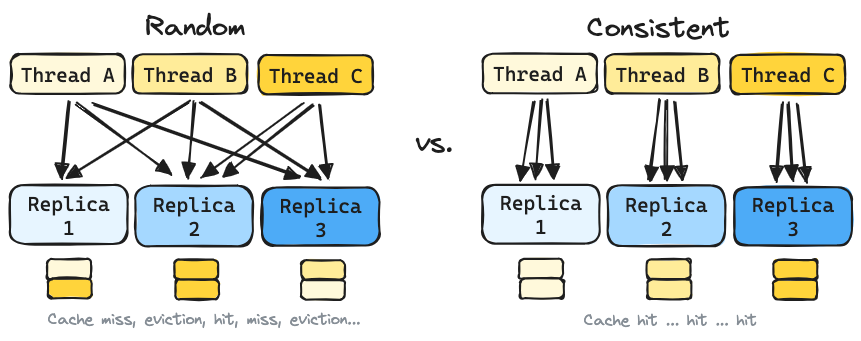
Above: docs/diagrams/random-vs-consistent-hash.excalidraw.png in substratusai/kubeai (Excalidraw), before the change. Source tidied: one line per element, renumbered; positions are measured from the earlier drawing's top-left corner, leaving out a move shared by most shapes. Source of this version:
```json
{"id": 0, "type": "rectangle", "strokeColor": "#1e1e1e", "backgroundColor": "#fff9db", "fillStyle": "solid", "strokeWidth": 2, "roughness": 1, "round": true, "x": 1, "y": 44, "width": 114, "height": 39}
{"id": 1, "type": "text", "text": "Thread A", "strokeColor": "#1e1e1e", "strokeWidth": 2, "roughness": 1, "fontSize": 20, "fontFamily": 3, "textAlign": "center", "verticalAlign": "middle", "inside": 0, "x": 11, "y": 52, "width": 94, "height": 24}
{"id": 2, "type": "rectangle", "strokeColor": "#1e1e1e", "backgroundColor": "#ffec99", "fillStyle": "solid", "strokeWidth": 2, "roughness": 1, "round": true, "x": 123, "y": 44, "width": 114, "height": 39}
{"id": 3, "type": "text", "text": "Thread B", "strokeColor": "#1e1e1e", "strokeWidth": 2, "roughness": 1, "fontSize": 20, "fontFamily": 3, "textAlign": "center", "verticalAlign": "middle", "inside": 2, "x": 133, "y": 52, "width": 94, "height": 24}
{"id": 4, "type": "rectangle", "strokeColor": "#1e1e1e", "backgroundColor": "#ffd43b", "fillStyle": "solid", "strokeWidth": 2, "roughness": 1, "round": true, "x": 248, "y": 45, "width": 114, "height": 39}
{"id": 5, "type": "text", "text": "Thread C", "strokeColor": "#1e1e1e", "strokeWidth": 2, "roughness": 1, "fontSize": 20, "fontFamily": 3, "textAlign": "center", "verticalAlign": "middle", "inside": 4, "x": 259, "y": 53, "width": 94, "height": 24}
{"id": 6, "type": "rectangle", "strokeColor": "#1e1e1e", "backgroundColor": "#e7f5ff", "fillStyle": "solid", "strokeWidth": 2, "roughness": 1, "round": true, "x": 0, "y": 175, "width": 118, "height": 59}
{"id": 7, "type": "text", "text": "Replica\n1", "strokeColor": "#1e1e1e", "backgroundColor": "#e7f5ff", "fillStyle": "solid", "strokeWidth": 2, "roughness": 1, "fontSize": 20, "fontFamily": 3, "textAlign": "center", "verticalAlign": "middle", "inside": 6, "x": 18, "y": 181, "width": 82, "height": 48}
{"id": 8, "type": "rectangle", "strokeColor": "#1e1e1e", "backgroundColor": "#a5d8ff", "fillStyle": "solid", "strokeWidth": 2, "roughness": 1, "round": true, "x": 125, "y": 176, "width": 118, "height": 61}
{"id": 9, "type": "text", "text": "Replica\n2", "strokeColor": "#1e1e1e", "backgroundColor": "#e7f5ff", "fillStyle": "solid", "strokeWidth": 2, "roughness": 1, "fontSize": 20, "fontFamily": 3, "textAlign": "center", "verticalAlign": "middle", "inside": 8, "x": 143, "y": 182, "width": 82, "height": 48}
{"id": 10, "type": "rectangle", "strokeColor": "#1e1e1e", "backgroundColor": "#4dabf7", "fillStyle": "solid", "strokeWidth": 2, "roughness": 1, "round": true, "x": 252, "y": 178, "width": 118, "height": 58}
{"id": 11, "type": "text", "text": "Replica\n3", "strokeColor": "#1e1e1e", "backgroundColor": "#e7f5ff", "fillStyle": "solid", "strokeWidth": 2, "roughness": 1, "fontSize": 20, "fontFamily": 3, "textAlign": "center", "verticalAlign": "middle", "inside": 10, "x": 270, "y": 183, "width": 82, "height": 48}
{"id": 12, "type": "rectangle", "strokeColor": "#1e1e1e", "backgroundColor": "#fff9db", "fillStyle": "solid", "strokeWidth": 2, "roughness": 1, "round": true, "x": 37, "y": 249, "width": 44, "height": 20}
{"id": 13, "type": "rectangle", "strokeColor": "#1e1e1e", "backgroundColor": "#ffd43b", "fillStyle": "solid", "strokeWidth": 2, "roughness": 1, "round": true, "x": 38, "y": 269, "width": 44, "height": 20}
{"id": 14, "type": "rectangle", "strokeColor": "#1e1e1e", "backgroundColor": "#ffd43b", "fillStyle": "solid", "strokeWidth": 2, "roughness": 1, "round": true, "x": 165, "y": 270, "width": 44, "height": 20}
{"id": 15, "type": "rectangle", "strokeColor": "#1e1e1e", "backgroundColor": "#ffd43b", "fillStyle": "solid", "strokeWidth": 2, "roughness": 1, "round": true, "x": 164, "y": 250, "width": 44, "height": 20}
{"id": 16, "type": "rectangle", "strokeColor": "#1e1e1e", "backgroundColor": "#fff9db", "fillStyle": "solid", "strokeWidth": 2, "roughness": 1, "round": true, "x": 291, "y": 270, "width": 44, "height": 20}
{"id": 17, "type": "rectangle", "strokeColor": "#1e1e1e", "backgroundColor": "#ffec99", "fillStyle": "solid", "strokeWidth": 2, "roughness": 1, "round": true, "x": 291, "y": 250, "width": 44, "height": 20}
{"id": 18, "type": "arrow", "strokeColor": "#1e1e1e", "backgroundColor": "#ffec99", "fillStyle": "solid", "strokeWidth": 2, "roughness": 1, "endArrowhead": "triangle", "round": true, "from": 0, "to": 6, "x": 60, "y": 91, "width": 7, "height": 77, "points": [[0, 0], [-7, 77]]}
{"id": 19, "type": "arrow", "strokeColor": "#1e1e1e", "backgroundColor": "#ffec99", "fillStyle": "solid", "strokeWidth": 2, "roughness": 1, "endArrowhead": "triangle", "round": true, "from": 0, "to": 8, "x": 66, "y": 94, "width": 95, "height": 71, "points": [[0, 0], [95, 71]]}
{"id": 20, "type": "arrow", "strokeColor": "#1e1e1e", "backgroundColor": "#ffec99", "fillStyle": "solid", "strokeWidth": 2, "roughness": 1, "endArrowhead": "triangle", "round": true, "from": 0, "to": 10, "x": 84, "y": 94, "width": 207, "height": 73, "points": [[0, 0], [207, 73]]}
{"id": 21, "type": "arrow", "strokeColor": "#1e1e1e", "backgroundColor": "#ffec99", "fillStyle": "solid", "strokeWidth": 2, "roughness": 1, "endArrowhead": "triangle", "round": true, "from": 2, "to": 6, "x": 180, "y": 91, "width": 123, "height": 77, "points": [[0, 0], [-123, 77]]}
{"id": 22, "type": "arrow", "strokeColor": "#1e1e1e", "backgroundColor": "#ffec99", "fillStyle": "solid", "strokeWidth": 2, "roughness": 1, "endArrowhead": "triangle", "round": true, "from": 2, "to": 8, "x": 184, "y": 92, "width": 6, "height": 76, "points": [[0, 0], [-6, 76]]}
{"id": 23, "type": "arrow", "strokeColor": "#1e1e1e", "backgroundColor": "#ffec99", "fillStyle": "solid", "strokeWidth": 2, "roughness": 1, "endArrowhead": "triangle", "round": true, "from": 2, "to": 10, "x": 190, "y": 92, "width": 119, "height": 77, "points": [[0, 0], [119, 77]]}
{"id": 24, "type": "arrow", "strokeColor": "#1e1e1e", "backgroundColor": "#ffec99", "fillStyle": "solid", "strokeWidth": 2, "roughness": 1, "endArrowhead": "triangle", "round": true, "from": 4, "to": 10, "x": 310, "y": 94, "width": 8, "height": 74, "points": [[0, 0], [8, 74]]}
{"id": 25, "type": "arrow", "strokeColor": "#1e1e1e", "backgroundColor": "#ffec99", "fillStyle": "solid", "strokeWidth": 2, "roughness": 1, "endArrowhead": "triangle", "round": true, "from": 4, "to": 8, "x": 303, "y": 96, "width": 89, "height": 70, "points": [[0, 0], [-89, 70]]}
{"id": 26, "type": "arrow", "strokeColor": "#1e1e1e", "backgroundColor": "#ffec99", "fillStyle": "solid", "strokeWidth": 2, "roughness": 1, "endArrowhead": "triangle", "round": true, "from": 4, "to": 8, "x": 293, "y": 93, "width": 101, "height": 74, "points": [[0, 0], [-101, 74]]}
{"id": 27, "type": "text", "text": "Random", "strokeColor": "#1e1e1e", "backgroundColor": "#ffec99", "fillStyle": "solid", "strokeWidth": 2, "roughness": 1, "fontSize": 28, "fontFamily": 1, "x": 136, "y": 0, "width": 100, "height": 35}
{"id": 28, "type": "text", "text": "Cache miss, eviction, hit, miss, eviction...", "strokeColor": "#868e96", "backgroundColor": "#ffec99", "fillStyle": "solid", "strokeWidth": 2, "roughness": 1, "fontSize": 16, "fontFamily": 1, "x": 38, "y": 300, "width": 313, "height": 20}
{"id": 29, "type": "rectangle", "strokeColor": "#1e1e1e", "backgroundColor": "#fff9db", "fillStyle": "solid", "strokeWidth": 2, "roughness": 1, "round": true, "x": 473, "y": 44, "width": 114, "height": 39}
{"id": 30, "type": "text", "text": "Thread A", "strokeColor": "#1e1e1e", "strokeWidth": 2, "roughness": 1, "fontSize": 20, "fontFamily": 3, "textAlign": "center", "verticalAlign": "middle", "inside": 29, "x": 483, "y": 51, "width": 94, "height": 24}
{"id": 31, "type": "rectangle", "strokeColor": "#1e1e1e", "backgroundColor": "#ffec99", "fillStyle": "solid", "strokeWidth": 2, "roughness": 1, "round": true, "x": 595, "y": 44, "width": 114, "height": 39}
{"id": 32, "type": "text", "text": "Thread B", "strokeColor": "#1e1e1e", "strokeWidth": 2, "roughness": 1, "fontSize": 20, "fontFamily": 3, "textAlign": "center", "verticalAlign": "middle", "inside": 31, "x": 605, "y": 52, "width": 94, "height": 24}
{"id": 33, "type": "rectangle", "strokeColor": "#1e1e1e", "backgroundColor": "#ffd43b", "fillStyle": "solid", "strokeWidth": 2, "roughness": 1, "round": true, "x": 721, "y": 45, "width": 114, "height": 39}
{"id": 34, "type": "text", "text": "Thread C", "strokeColor": "#1e1e1e", "strokeWidth": 2, "roughness": 1, "fontSize": 20, "fontFamily": 3, "textAlign": "center", "verticalAlign": "middle", "inside": 33, "x": 731, "y": 52, "width": 94, "height": 24}
{"id": 35, "type": "rectangle", "strokeColor": "#1e1e1e", "backgroundColor": "#e7f5ff", "fillStyle": "solid", "strokeWidth": 2, "roughness": 1, "round": true, "x": 472, "y": 175, "width": 118, "height": 59}
{"id": 36, "type": "text", "text": "Replica\n1", "strokeColor": "#1e1e1e", "backgroundColor": "#e7f5ff", "fillStyle": "solid", "strokeWidth": 2, "roughness": 1, "fontSize": 20, "fontFamily": 3, "textAlign": "center", "verticalAlign": "middle", "inside": 35, "x": 490, "y": 180, "width": 82, "height": 48}
{"id": 37, "type": "rectangle", "strokeColor": "#1e1e1e", "backgroundColor": "#a5d8ff", "fillStyle": "solid", "strokeWidth": 2, "roughness": 1, "round": true, "x": 598, "y": 175, "width": 118, "height": 61}
{"id": 38, "type": "text", "text": "Replica\n2", "strokeColor": "#1e1e1e", "backgroundColor": "#e7f5ff", "fillStyle": "solid", "strokeWidth": 2, "roughness": 1, "fontSize": 20, "fontFamily": 3, "textAlign": "center", "verticalAlign": "middle", "inside": 37, "x": 615, "y": 182, "width": 82, "height": 48}
{"id": 39, "type": "rectangle", "strokeColor": "#1e1e1e", "backgroundColor": "#4dabf7", "fillStyle": "solid", "strokeWidth": 2, "roughness": 1, "round": true, "x": 724, "y": 177, "width": 118, "height": 58}
{"id": 40, "type": "text", "text": "Replica\n3", "strokeColor": "#1e1e1e", "backgroundColor": "#e7f5ff", "fillStyle": "solid", "strokeWidth": 2, "roughness": 1, "fontSize": 20, "fontFamily": 3, "textAlign": "center", "verticalAlign": "middle", "inside": 39, "x": 742, "y": 182, "width": 82, "height": 48}
{"id": 41, "type": "rectangle", "strokeColor": "#1e1e1e", "backgroundColor": "#fff9db", "fillStyle": "solid", "strokeWidth": 2, "roughness": 1, "round": true, "x": 509, "y": 249, "width": 44, "height": 20}
{"id": 42, "type": "rectangle", "strokeColor": "#1e1e1e", "backgroundColor": "#fff9db", "fillStyle": "solid", "strokeWidth": 2, "roughness": 1, "round": true, "x": 510, "y": 269, "width": 44, "height": 20}
{"id": 43, "type": "rectangle", "strokeColor": "#1e1e1e", "backgroundColor": "#ffec99", "fillStyle": "solid", "strokeWidth": 2, "roughness": 1, "round": true, "x": 638, "y": 269, "width": 44, "height": 20}
{"id": 44, "type": "rectangle", "strokeColor": "#1e1e1e", "backgroundColor": "#ffec99", "fillStyle": "solid", "strokeWidth": 2, "roughness": 1, "round": true, "x": 637, "y": 249, "width": 44, "height": 20}
{"id": 45, "type": "rectangle", "strokeColor": "#1e1e1e", "backgroundColor": "#ffd43b", "fillStyle": "solid", "strokeWidth": 2, "roughness": 1, "round": true, "x": 763, "y": 270, "width": 44, "height": 20}
{"id": 46, "type": "rectangle", "strokeColor": "#1e1e1e", "backgroundColor": "#ffd43b", "fillStyle": "solid", "strokeWidth": 2, "roughness": 1, "round": true, "x": 763, "y": 250, "width": 44, "height": 20}
{"id": 47, "type": "arrow", "strokeColor": "#1e1e1e", "backgroundColor": "#ffec99", "fillStyle": "solid", "strokeWidth": 2, "roughness": 1, "endArrowhead": "triangle", "round": true, "from": 29, "to": 35, "x": 532, "y": 91, "width": 7, "height": 77, "points": [[0, 0], [-7, 77]]}
{"id": 48, "type": "text", "text": "Consistent", "strokeColor": "#1e1e1e", "backgroundColor": "#ffec99", "fillStyle": "solid", "strokeWidth": 2, "roughness": 1, "fontSize": 28, "fontFamily": 1, "x": 577, "y": 1, "width": 143, "height": 35}
{"id": 49, "type": "text", "text": "Cache hit ... hit ... hit", "strokeColor": "#868e96", "backgroundColor": "#ffec99", "fillStyle": "solid", "strokeWidth": 2, "roughness": 1, "fontSize": 16, "fontFamily": 1, "x": 574, "y": 301, "width": 173, "height": 20}
{"id": 50, "type": "arrow", "strokeColor": "#1e1e1e", "backgroundColor": "#ffec99", "fillStyle": "solid", "strokeWidth": 2, "roughness": 1, "endArrowhead": "triangle", "round": true, "from": 29, "to": 35, "x": 536, "y": 90, "width": 7, "height": 77, "points": [[0, 0], [7, 77]]}
{"id": 51, "type": "arrow", "strokeColor": "#1e1e1e", "backgroundColor": "#ffec99", "fillStyle": "solid", "strokeWidth": 2, "roughness": 1, "endArrowhead": "triangle", "round": true, "from": 29, "to": 35, "x": 524, "y": 92, "width": 13, "height": 77, "points": [[0, 0], [-13, 77]]}
{"id": 52, "type": "arrow", "strokeColor": "#1e1e1e", "backgroundColor": "#ffec99", "fillStyle": "solid", "strokeWidth": 2, "roughness": 1, "endArrowhead": "triangle", "round": true, "from": 31, "to": 37, "x": 649, "y": 90, "width": 10, "height": 79, "points": [[0, 0], [-10, 79]]}
{"id": 53, "type": "arrow", "strokeColor": "#1e1e1e", "backgroundColor": "#ffec99", "fillStyle": "solid", "strokeWidth": 2, "roughness": 1, "endArrowhead": "triangle", "round": true, "from": 31, "to": 37, "x": 656, "y": 92, "width": 1, "height": 78, "points": [[0, 0], [-1, 78]]}
{"id": 54, "type": "arrow", "strokeColor": "#1e1e1e", "backgroundColor": "#ffec99", "fillStyle": "solid", "strokeWidth": 2, "roughness": 1, "endArrowhead": "triangle", "round": true, "from": 31, "to": 37, "x": 665, "y": 92, "width": 7, "height": 78, "points": [[0, 0], [7, 78]]}
{"id": 55, "type": "arrow", "strokeColor": "#1e1e1e", "backgroundColor": "#ffec99", "fillStyle": "solid", "strokeWidth": 2, "roughness": 1, "endArrowhead": "triangle", "round": true, "from": 33, "to": 39, "x": 773, "y": 93, "width": 6, "height": 79, "points": [[0, 0], [-6, 79]]}
{"id": 56, "type": "arrow", "strokeColor": "#1e1e1e", "backgroundColor": "#ffec99", "fillStyle": "solid", "strokeWidth": 2, "roughness": 1, "endArrowhead": "triangle", "round": true, "from": 33, "to": 39, "x": 779, "y": 93, "width": 5, "height": 77, "points": [[0, 0], [5, 77]]}
{"id": 57, "type": "arrow", "strokeColor": "#1e1e1e", "backgroundColor": "#ffec99", "fillStyle": "solid", "strokeWidth": 2, "roughness": 1, "endArrowhead": "triangle", "round": true, "from": 33, "to": 39, "x": 787, "y": 95, "width": 10, "height": 76, "points": [[0, 0], [10, 76]]}
{"id": 58, "type": "text", "text": "vs.", "strokeColor": "#1e1e1e", "backgroundColor": "#ffec99", "fillStyle": "solid", "strokeWidth": 2, "roughness": 1, "fontSize": 28, "fontFamily": 1, "x": 405, "y": 116, "width": 38, "height": 35}
```
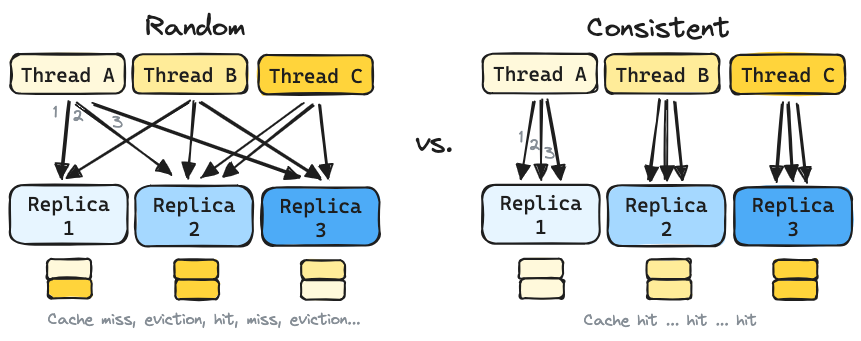
Later version of the same file.

Change to the diagram source:
```diff
@@ -45,11 +45,11 @@
 {"id": 44, "type": "rectangle", "strokeColor": "#1e1e1e", "backgroundColor": "#ffec99", "fillStyle": "solid", "strokeWidth": 2, "roughness": 1, "round": true, "x": 637, "y": 249, "width": 44, "height": 20}
 {"id": 45, "type": "rectangle", "strokeColor": "#1e1e1e", "backgroundColor": "#ffd43b", "fillStyle": "solid", "strokeWidth": 2, "roughness": 1, "round": true, "x": 763, "y": 270, "width": 44, "height": 20}
 {"id": 46, "type": "rectangle", "strokeColor": "#1e1e1e", "backgroundColor": "#ffd43b", "fillStyle": "solid", "strokeWidth": 2, "roughness": 1, "round": true, "x": 763, "y": 250, "width": 44, "height": 20}
-{"id": 47, "type": "arrow", "strokeColor": "#1e1e1e", "backgroundColor": "#ffec99", "fillStyle": "solid", "strokeWidth": 2, "roughness": 1, "endArrowhead": "triangle", "round": true, "from": 29, "to": 35, "x": 532, "y": 91, "width": 7, "height": 77, "points": [[0, 0], [-7, 77]]}
+{"id": 47, "type": "arrow", "strokeColor": "#1e1e1e", "backgroundColor": "#ffec99", "fillStyle": "solid", "strokeWidth": 2, "roughness": 1, "endArrowhead": "triangle", "round": true, "from": 29, "to": 35, "x": 532, "y": 91, "width": 1, "height": 78, "points": [[0, 0], [-1, 78]]}
 {"id": 48, "type": "text", "text": "Consistent", "strokeColor": "#1e1e1e", "backgroundColor": "#ffec99", "fillStyle": "solid", "strokeWidth": 2, "roughness": 1, "fontSize": 28, "fontFamily": 1, "x": 577, "y": 1, "width": 143, "height": 35}
 {"id": 49, "type": "text", "text": "Cache hit ... hit ... hit", "strokeColor": "#868e96", "backgroundColor": "#ffec99", "fillStyle": "solid", "strokeWidth": 2, "roughness": 1, "fontSize": 16, "fontFamily": 1, "x": 574, "y": 301, "width": 173, "height": 20}
-{"id": 50, "type": "arrow", "strokeColor": "#1e1e1e", "backgroundColor": "#ffec99", "fillStyle": "solid", "strokeWidth": 2, "roughness": 1, "endArrowhead": "triangle", "round": true, "from": 29, "to": 35, "x": 536, "y": 90, "width": 7, "height": 77, "points": [[0, 0], [7, 77]]}
+{"id": 50, "type": "arrow", "strokeColor": "#1e1e1e", "backgroundColor": "#ffec99", "fillStyle": "solid", "strokeWidth": 2, "roughness": 1, "endArrowhead": "triangle", "round": true, "from": 29, "to": 35, "x": 536, "y": 90, "width": 14, "height": 78, "points": [[0, 0], [14, 78]]}
-{"id": 51, "type": "arrow", "strokeColor": "#1e1e1e", "backgroundColor": "#ffec99", "fillStyle": "solid", "strokeWidth": 2, "roughness": 1, "endArrowhead": "triangle", "round": true, "from": 29, "to": 35, "x": 524, "y": 92, "width": 13, "height": 77, "points": [[0, 0], [-13, 77]]}
+{"id": 51, "type": "arrow", "strokeColor": "#1e1e1e", "backgroundColor": "#ffec99", "fillStyle": "solid", "strokeWidth": 2, "roughness": 1, "endArrowhead": "triangle", "round": true, "from": 29, "to": 35, "x": 524, "y": 92, "width": 13, "height": 76, "points": [[0, 0], [-13, 76]]}
 {"id": 52, "type": "arrow", "strokeColor": "#1e1e1e", "backgroundColor": "#ffec99", "fillStyle": "solid", "strokeWidth": 2, "roughness": 1, "endArrowhead": "triangle", "round": true, "from": 31, "to": 37, "x": 649, "y": 90, "width": 10, "height": 79, "points": [[0, 0], [-10, 79]]}
 {"id": 53, "type": "arrow", "strokeColor": "#1e1e1e", "backgroundColor": "#ffec99", "fillStyle": "solid", "strokeWidth": 2, "roughness": 1, "endArrowhead": "triangle", "round": true, "from": 31, "to": 37, "x": 656, "y": 92, "width": 1, "height": 78, "points": [[0, 0], [-1, 78]]}
 {"id": 54, "type": "arrow", "strokeColor": "#1e1e1e", "backgroundColor": "#ffec99", "fillStyle": "solid", "strokeWidth": 2, "roughness": 1, "endArrowhead": "triangle", "round": true, "from": 31, "to": 37, "x": 665, "y": 92, "width": 7, "height": 78, "points": [[0, 0], [7, 78]]}
@@ -57,3 +57,9 @@
 {"id": 56, "type": "arrow", "strokeColor": "#1e1e1e", "backgroundColor": "#ffec99", "fillStyle": "solid", "strokeWidth": 2, "roughness": 1, "endArrowhead": "triangle", "round": true, "from": 33, "to": 39, "x": 779, "y": 93, "width": 5, "height": 77, "points": [[0, 0], [5, 77]]}
 {"id": 57, "type": "arrow", "strokeColor": "#1e1e1e", "backgroundColor": "#ffec99", "fillStyle": "solid", "strokeWidth": 2, "roughness": 1, "endArrowhead": "triangle", "round": true, "from": 33, "to": 39, "x": 787, "y": 95, "width": 10, "height": 76, "points": [[0, 0], [10, 76]]}
 {"id": 58, "type": "text", "text": "vs.", "strokeColor": "#1e1e1e", "backgroundColor": "#ffec99", "fillStyle": "solid", "strokeWidth": 2, "roughness": 1, "fontSize": 28, "fontFamily": 1, "x": 405, "y": 116, "width": 38, "height": 35}
+{"id": 59, "type": "text", "text": "1", "strokeColor": "#868e96", "strokeWidth": 2, "roughness": 1, "fontSize": 16, "fontFamily": 1, "x": 43, "y": 93, "width": 4, "height": 20}
+{"id": 60, "type": "text", "text": "2", "strokeColor": "#868e96", "strokeWidth": 2, "roughness": 1, "fontSize": 16, "fontFamily": 1, "x": 62, "y": 97, "width": 11, "height": 20}
+{"id": 61, "type": "text", "text": "3", "strokeColor": "#868e96", "strokeWidth": 2, "roughness": 1, "fontSize": 16, "fontFamily": 1, "x": 102, "y": 103, "width": 11, "height": 20}
+{"id": 62, "type": "text", "text": "1", "strokeColor": "#868e96", "strokeWidth": 2, "roughness": 1, "fontSize": 16, "fontFamily": 1, "x": 509, "y": 118, "width": 4, "height": 20}
+{"id": 63, "type": "text", "text": "2", "strokeColor": "#868e96", "strokeWidth": 2, "roughness": 1, "fontSize": 16, "fontFamily": 1, "x": 519, "y": 126, "width": 11, "height": 20}
+{"id": 64, "type": "text", "text": "3", "strokeColor": "#868e96", "strokeWidth": 2, "roughness": 1, "fontSize": 16, "fontFamily": 1, "x": 534, "y": 134, "width": 11, "height": 20}
```
